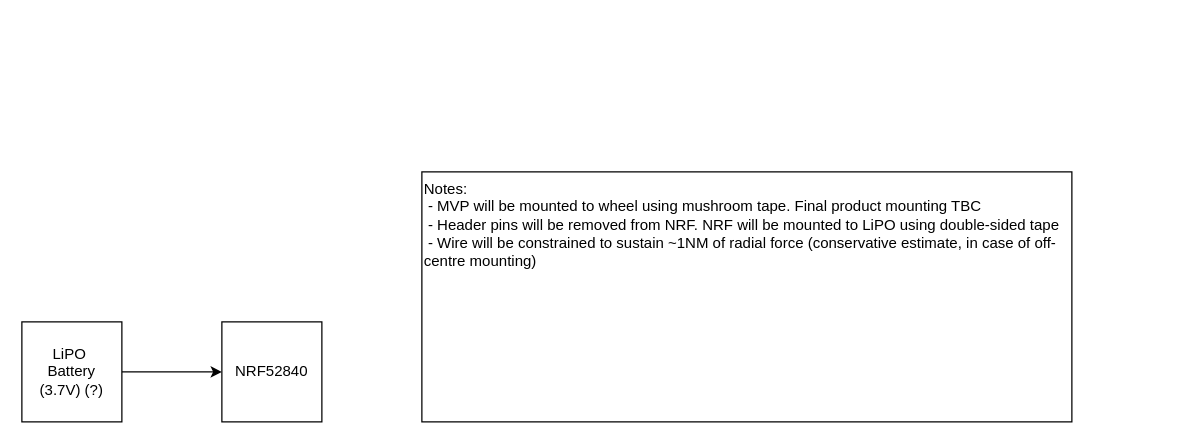
Earlier version of the draw.io diagram page "SM-1" (2 of 3) of 00 Docs/Final Project Hardware Architecture.drawio (TynanJ/Blue-Tethys). Source tidied: cells renumbered, new cells numbered last; positions are measured from the earlier drawing's top-left corner, leaving out a move shared by most shapes. Both pictures are drawn from the tidied source at 125%, with x=0, y=0 at pixel (21, 171).
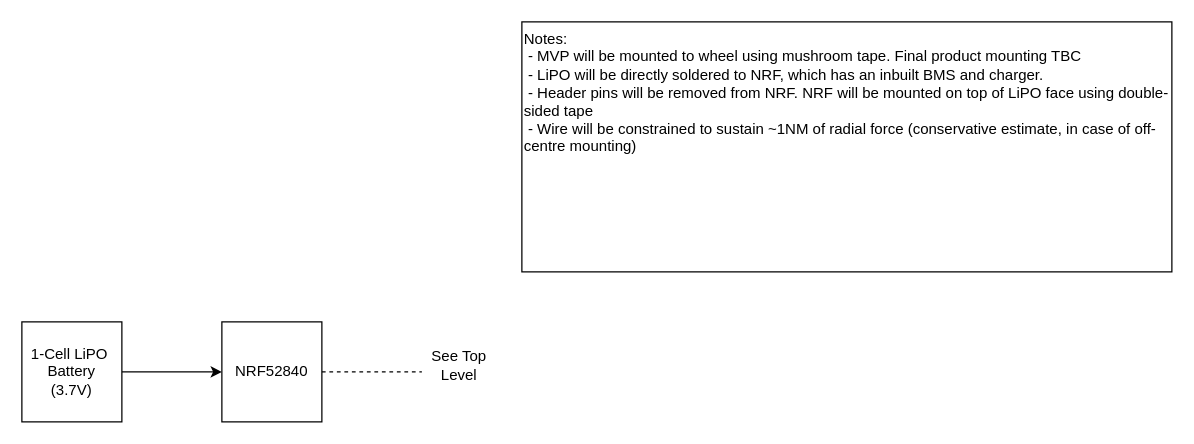
Above is the later version.

What changed in the source:
```diff
@@
 <mxGraphModel>
   <root>
     <mxCell id="0" />
     <mxCell id="1" parent="0" />
+    <mxCell id="6" style="edgeStyle=orthogonalEdgeStyle;rounded=0;jettySize=auto;html=1;exitX=1;exitY=0.5;exitDx=0;exitDy=0;dashed=1;endArrow=none;endFill=0;" parent="1" edge="1" source="2">
+      <mxGeometry relative="1" as="geometry">
+        <mxPoint x="320" y="160" as="targetPoint" />
+      </mxGeometry>
+    </mxCell>
     <mxCell id="2" value="NRF52840" style="rounded=0;whiteSpace=wrap;html=1;" parent="1" vertex="1">
       <mxGeometry x="160" y="120" width="80" height="80" as="geometry" />
     </mxCell>
     <mxCell id="3" style="edgeStyle=orthogonalEdgeStyle;rounded=0;jettySize=auto;html=1;exitX=1;exitY=0.5;exitDx=0;exitDy=0;entryX=0;entryY=0.5;entryDx=0;entryDy=0;" parent="1" edge="1" source="4" target="2">
       <mxGeometry relative="1" as="geometry" />
     </mxCell>
-    <mxCell id="4" value="LiPO&amp;nbsp;&lt;div&gt;Battery&lt;/div&gt;&lt;div&gt;(3.7V) (?)&lt;/div&gt;" style="rounded=0;whiteSpace=wrap;html=1;" parent="1" vertex="1">
+    <mxCell id="4" value="1-Cell LiPO&amp;nbsp;&lt;div&gt;Battery&lt;/div&gt;&lt;div&gt;(3.7V)&lt;/div&gt;" style="rounded=0;whiteSpace=wrap;html=1;" parent="1" vertex="1">
       <mxGeometry y="120" width="80" height="80" as="geometry" />
     </mxCell>
-    <mxCell id="5" value="Notes:&lt;div&gt;&amp;nbsp;- MVP will be mounted to wheel using mushroom tape. Final product mounting TBC&lt;/div&gt;&lt;div&gt;&amp;nbsp;- Header pins will be removed from NRF. NRF will be mounted to LiPO using double-sided tape&lt;/div&gt;&lt;div&gt;&amp;nbsp;- Wire will be constrained to sustain ~1NM of radial force (conservative estimate, in case of off-centre mounting)&lt;/div&gt;" style="rounded=0;whiteSpace=wrap;html=1;align=left;verticalAlign=top;" parent="1" vertex="1">
-      <mxGeometry x="320" width="520" height="200" as="geometry" />
+    <mxCell id="5" value="Notes:&lt;div&gt;&amp;nbsp;- MVP will be mounted to wheel using mushroom tape. Final product mounting TBC&lt;/div&gt;&lt;div&gt;&amp;nbsp;- LiPO will be directly soldered to NRF, which has an inbuilt BMS and charger.&amp;nbsp;&lt;/div&gt;&lt;div&gt;&amp;nbsp;- Header pins will be removed from NRF. NRF will be mounted on top of LiPO face using double-sided tape&lt;/div&gt;&lt;div&gt;&amp;nbsp;- Wire will be constrained to sustain ~1NM of radial force (conservative estimate, in case of off-centre mounting)&lt;/div&gt;" style="rounded=0;whiteSpace=wrap;html=1;align=left;verticalAlign=top;" parent="1" vertex="1">
+      <mxGeometry x="400" y="-120" width="520" height="200" as="geometry" />
     </mxCell>
+    <mxCell id="7" value="See Top Level" style="text;html=1;whiteSpace=wrap;strokeColor=none;fillColor=none;align=center;verticalAlign=middle;rounded=0;" parent="1" vertex="1">
+      <mxGeometry x="320" y="140" width="60" height="30" as="geometry" />
+    </mxCell>
   </root>
 </mxGraphModel>
```
